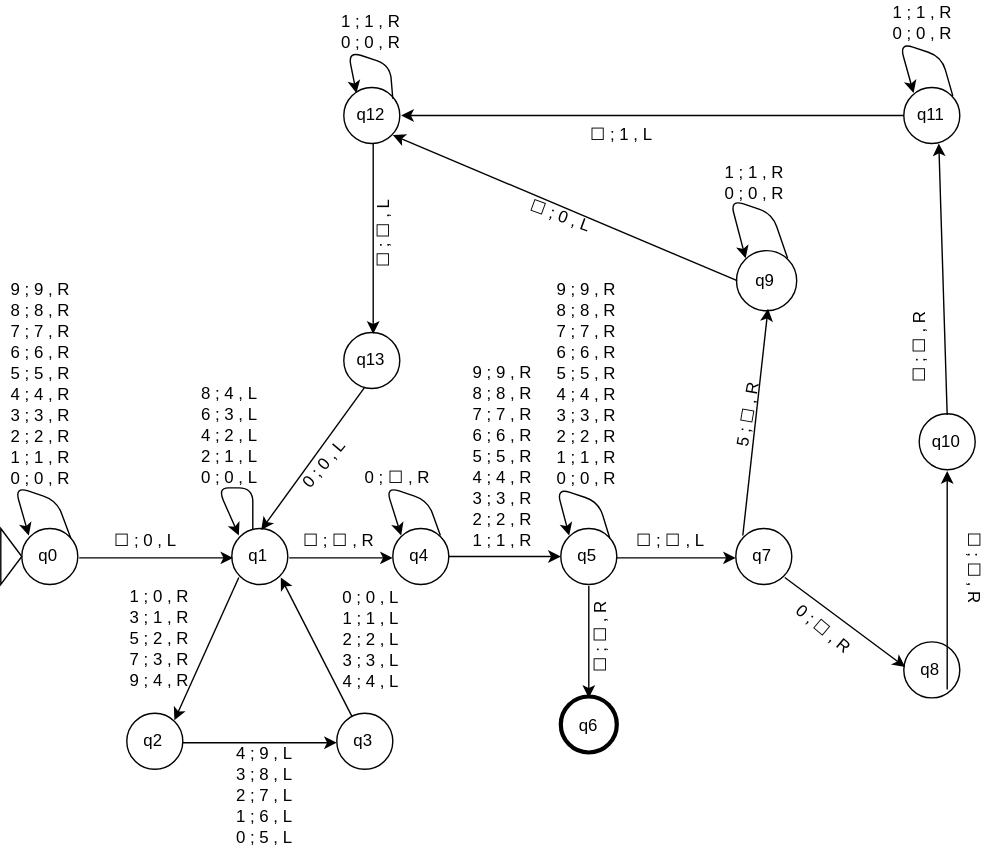
oscarr1605/MT_DecBin keeps this draw.io diagram as MT_DecBin.svg. Above is the earlier version. Source tidied: cells renumbered, new cells last; positions are measured from the earlier drawing's top-left corner, leaving out a move shared by most shapes.
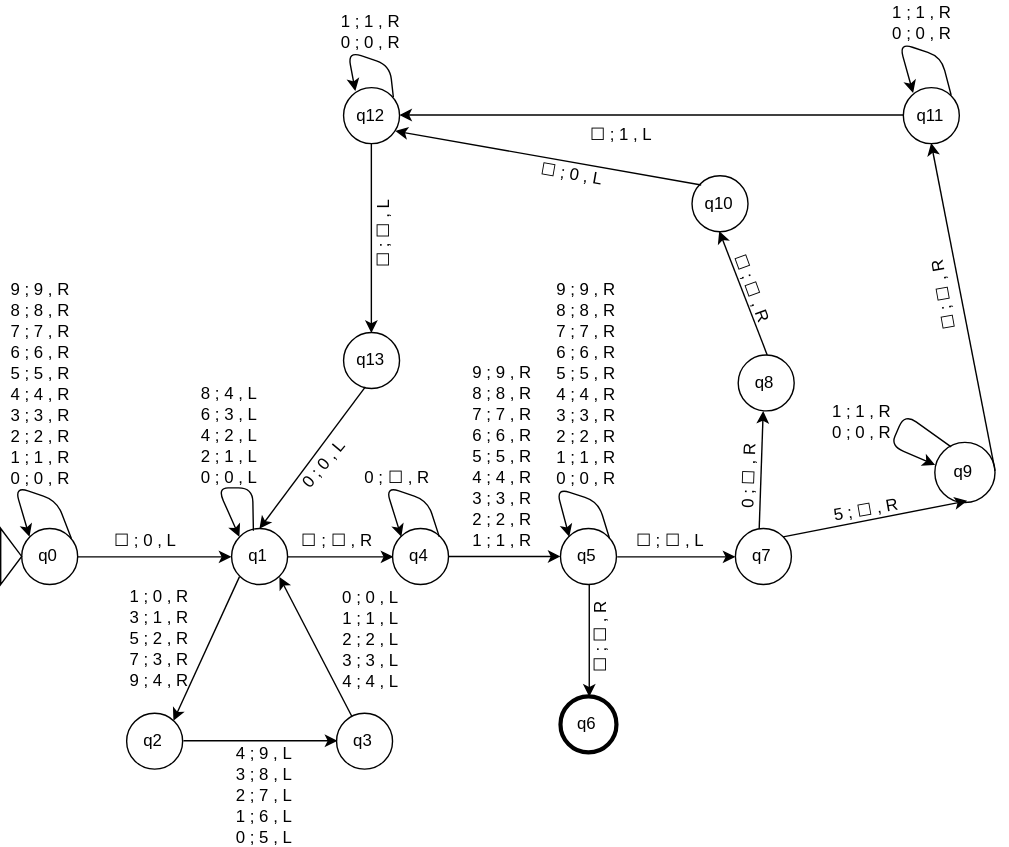
Above is the later version.

Commit message:
fix diagram and transitions

Change to the diagram source:
```diff
@@ -71,7 +71,7 @@
       <mxGeometry y="377" width="15" height="40" as="geometry" />
     </mxCell>
     <mxCell id="21" value="q10" style="ellipse;whiteSpace=wrap;html=1;" parent="1" vertex="1">
-      <mxGeometry x="656" y="295" width="40" height="40" as="geometry" />
+      <mxGeometry x="494" y="125" width="40" height="40" as="geometry" />
     </mxCell>
     <mxCell id="22" style="edgeStyle=orthogonalEdgeStyle;rounded=0;html=1;exitX=0;exitY=0.5;entryX=1;entryY=0.5;jettySize=auto;" parent="1" edge="1" source="23" target="27">
       <mxGeometry relative="1" as="geometry" />
@@ -92,12 +92,12 @@
       <mxGeometry x="245" y="62" width="40" height="40" as="geometry" />
     </mxCell>
     <mxCell id="28" value="q8" style="ellipse;whiteSpace=wrap;html=1;" parent="1" vertex="1">
-      <mxGeometry x="645" y="458" width="40" height="40" as="geometry" />
+      <mxGeometry x="527" y="253" width="40" height="40" as="geometry" />
     </mxCell>
     <mxCell id="29" value="q9" style="ellipse;whiteSpace=wrap;html=1;" parent="1" vertex="1">
-      <mxGeometry x="525" y="178" width="43" height="43" as="geometry" />
+      <mxGeometry x="667" y="315" width="43" height="43" as="geometry" />
     </mxCell>
-    <mxCell id="30" style="endArrow=classic;html=1;entryX=1;entryY=1;exitX=0;exitY=0.5;" parent="1" edge="1" source="29" target="27">
+    <mxCell id="30" style="endArrow=classic;html=1;entryX=0.5;entryY=1;exitX=1;exitY=0.5;" parent="1" edge="1" source="29" target="23">
       <mxGeometry relative="1" as="geometry" />
     </mxCell>
     <mxCell id="31" value="0 ; 0 , R" style="text;html=1;strokeColor=none;fillColor=none;align=center;verticalAlign=middle;whiteSpace=wrap;rounded=0;" parent="1" vertex="1">
@@ -233,28 +233,20 @@
     <mxCell id="71" value="☐&amp;nbsp;;&amp;nbsp;&lt;span&gt;☐&lt;/span&gt;&amp;nbsp;, L" style="text;html=1;strokeColor=none;fillColor=none;align=center;verticalAlign=middle;whiteSpace=wrap;rounded=0;" parent="1" vertex="1">
       <mxGeometry x="450" y="377" width="55" height="15" as="geometry" />
     </mxCell>
-    <mxCell id="72" value="5 ;&amp;nbsp;&lt;span&gt;☐&lt;/span&gt;&amp;nbsp;, R" style="text;html=1;strokeColor=none;fillColor=none;align=center;verticalAlign=middle;whiteSpace=wrap;rounded=0;rotation=-80;" parent="1" vertex="1">
-      <mxGeometry x="505" y="288" width="55" height="15" as="geometry" />
+    <mxCell id="72" value="5 ;&amp;nbsp;&lt;span&gt;☐&lt;/span&gt;&amp;nbsp;, R" style="text;html=1;strokeColor=none;fillColor=none;align=center;verticalAlign=middle;whiteSpace=wrap;rounded=0;rotation=-10;" parent="1" vertex="1">
+      <mxGeometry x="590" y="355" width="55" height="15" as="geometry" />
     </mxCell>
-    <mxCell id="73" value="0 ;&amp;nbsp;&lt;span&gt;☐&lt;/span&gt;&amp;nbsp;, R" style="text;html=1;strokeColor=none;fillColor=none;align=center;verticalAlign=middle;whiteSpace=wrap;rounded=0;rotation=40;" parent="1" vertex="1">
-      <mxGeometry x="560.3" y="440" width="55" height="15" as="geometry" />
+    <mxCell id="73" value="0 ;&amp;nbsp;&lt;span&gt;☐&lt;/span&gt;&amp;nbsp;, R" style="text;html=1;strokeColor=none;fillColor=none;align=center;verticalAlign=middle;whiteSpace=wrap;rounded=0;rotation=-88;" parent="1" vertex="1">
+      <mxGeometry x="506.3" y="332" width="55" height="15" as="geometry" />
     </mxCell>
-    <mxCell id="74" value="☐&amp;nbsp;;&amp;nbsp;&lt;span&gt;☐&lt;/span&gt;&amp;nbsp;, R" style="text;html=1;strokeColor=none;fillColor=none;align=center;verticalAlign=middle;whiteSpace=wrap;rounded=0;rotation=90;" parent="1" vertex="1">
-      <mxGeometry x="668" y="400" width="55" height="9" as="geometry" />
+    <mxCell id="74" value="☐&amp;nbsp;;&amp;nbsp;&lt;span&gt;☐&lt;/span&gt;&amp;nbsp;, R" style="text;html=1;strokeColor=none;fillColor=none;align=center;verticalAlign=middle;whiteSpace=wrap;rounded=0;rotation=70;" parent="1" vertex="1">
+      <mxGeometry x="510" y="201" width="55" height="9" as="geometry" />
     </mxCell>
-    <mxCell id="75" style="endArrow=classic;html=1;entryX=0;entryY=0;exitX=1;exitY=0;" parent="1" edge="1" source="29" target="29">
-      <mxGeometry relative="1" as="geometry">
-        <Array as="points">
-          <mxPoint x="551" y="152" />
-          <mxPoint x="521" y="142" />
-        </Array>
-      </mxGeometry>
-    </mxCell>
     <mxCell id="76" value="0 ; 0 , R" style="text;html=1;strokeColor=none;fillColor=none;align=center;verticalAlign=middle;whiteSpace=wrap;rounded=0;" parent="1" vertex="1">
-      <mxGeometry x="515" y="129" width="45" height="15" as="geometry" />
+      <mxGeometry x="593" y="300" width="45" height="15" as="geometry" />
     </mxCell>
     <mxCell id="77" value="1 ; 1 , R" style="text;html=1;strokeColor=none;fillColor=none;align=center;verticalAlign=middle;whiteSpace=wrap;rounded=0;" parent="1" vertex="1">
-      <mxGeometry x="515" y="114" width="45" height="15" as="geometry" />
+      <mxGeometry x="593" y="285" width="45" height="15" as="geometry" />
     </mxCell>
     <mxCell id="78" value="&lt;span&gt;☐&lt;/span&gt;&amp;nbsp;; 1 , L" style="text;html=1;strokeColor=none;fillColor=none;align=center;verticalAlign=middle;whiteSpace=wrap;rounded=0;" parent="1" vertex="1">
       <mxGeometry x="415" y="87" width="55" height="15" as="geometry" />
@@ -287,14 +279,14 @@
     <mxCell id="84" value="1 ; 1 , R" style="text;html=1;strokeColor=none;fillColor=none;align=center;verticalAlign=middle;whiteSpace=wrap;rounded=0;" parent="1" vertex="1">
       <mxGeometry x="241" y="6" width="45" height="15" as="geometry" />
     </mxCell>
-    <mxCell id="85" value="&lt;span&gt;☐&lt;/span&gt;&amp;nbsp;; 0 , L" style="text;html=1;strokeColor=none;fillColor=none;align=center;verticalAlign=middle;whiteSpace=wrap;rounded=0;rotation=20;" parent="1" vertex="1">
-      <mxGeometry x="372" y="145" width="55" height="15" as="geometry" />
+    <mxCell id="85" value="&lt;span&gt;☐&lt;/span&gt;&amp;nbsp;; 0 , L" style="text;html=1;strokeColor=none;fillColor=none;align=center;verticalAlign=middle;whiteSpace=wrap;rounded=0;rotation=10;" parent="1" vertex="1">
+      <mxGeometry x="380" y="116" width="55" height="15" as="geometry" />
     </mxCell>
     <mxCell id="86" value="☐&amp;nbsp;;&amp;nbsp;&lt;span&gt;☐&lt;/span&gt;&amp;nbsp;, L" style="text;html=1;strokeColor=none;fillColor=none;align=center;verticalAlign=middle;whiteSpace=wrap;rounded=0;rotation=-90;" parent="1" vertex="1">
       <mxGeometry x="245" y="159" width="55" height="15" as="geometry" />
     </mxCell>
-    <mxCell id="87" value="☐&amp;nbsp;;&amp;nbsp;&lt;span&gt;☐&lt;/span&gt;&amp;nbsp;, R" style="text;html=1;strokeColor=none;fillColor=none;align=center;verticalAlign=middle;whiteSpace=wrap;rounded=0;rotation=-90;" parent="1" vertex="1">
-      <mxGeometry x="628.3" y="240" width="55" height="15" as="geometry" />
+    <mxCell id="87" value="☐&amp;nbsp;;&amp;nbsp;&lt;span&gt;☐&lt;/span&gt;&amp;nbsp;, R" style="text;html=1;strokeColor=none;fillColor=none;align=center;verticalAlign=middle;whiteSpace=wrap;rounded=0;rotation=-100;" parent="1" vertex="1">
+      <mxGeometry x="645.3" y="203" width="55" height="15" as="geometry" />
     </mxCell>
     <mxCell id="88" value="0 ; 5 , L" style="text;html=1;strokeColor=none;fillColor=none;align=center;verticalAlign=middle;whiteSpace=wrap;rounded=0;" parent="1" vertex="1">
       <mxGeometry x="165" y="589" width="45" height="15" as="geometry" />
@@ -344,19 +336,25 @@
     <mxCell id="103" value="☐&amp;nbsp;;&amp;nbsp;&lt;span&gt;☐&lt;/span&gt;&amp;nbsp;, R" style="text;html=1;strokeColor=none;fillColor=none;align=center;verticalAlign=middle;whiteSpace=wrap;rounded=0;rotation=-90;" parent="1" vertex="1">
       <mxGeometry x="400" y="447" width="55" height="15" as="geometry" />
     </mxCell>
-    <mxCell id="104" style="endArrow=classic;html=1;entryX=0.5;entryY=1;exitX=0.775;exitY=0.825;exitPerimeter=0;" parent="1" edge="1" source="28" target="21">
+    <mxCell id="104" style="endArrow=classic;html=1;entryX=0.5;entryY=1;exitX=0.5;exitY=0;" parent="1" edge="1" source="28" target="21">
       <mxGeometry relative="1" as="geometry" />
     </mxCell>
-    <mxCell id="105" style="endArrow=classic;html=1;exitX=1;exitY=1;" parent="1" edge="1" source="18">
-      <mxGeometry relative="1" as="geometry">
-        <mxPoint x="646" y="476" as="targetPoint" />
-      </mxGeometry>
+    <mxCell id="105" style="endArrow=classic;html=1;exitX=0.43;exitY=0.003;exitPerimeter=0;entryX=0.448;entryY=1.008;entryPerimeter=0;" parent="1" edge="1" source="18" target="28">
+      <mxGeometry relative="1" as="geometry" />
     </mxCell>
-    <mxCell id="106" style="endArrow=classic;html=1;entryX=0.552;entryY=0.98;exitX=0;exitY=0;entryPerimeter=0;" parent="1" edge="1" source="18" target="29">
+    <mxCell id="106" style="endArrow=classic;html=1;entryX=0.552;entryY=0.98;exitX=1;exitY=0;entryPerimeter=0;" parent="1" edge="1" source="18" target="29">
       <mxGeometry relative="1" as="geometry" />
     </mxCell>
-    <mxCell id="107" style="endArrow=classic;html=1;exitX=0.5;exitY=0;entryX=0.629;entryY=0.984;entryPerimeter=0;" parent="1" edge="1" source="21" target="23">
-      <mxGeometry relative="1" as="geometry" />
-    </mxCell>
+    <mxCell id="75" style="endArrow=classic;html=1;exitX=0.278;exitY=0.084;entryX=0.016;entryY=0.401;entryPerimeter=0;exitPerimeter=0;" parent="1" edge="1" source="29" target="29">
+      <mxGeometry relative="1" as="geometry">
+        <Array as="points">
+          <mxPoint x="646" y="295" />
+          <mxPoint x="636" y="318" />
+        </Array>
+      </mxGeometry>
+    </mxCell>
+    <mxCell id="108" style="endArrow=classic;html=1;entryX=0.917;entryY=0.787;entryPerimeter=0;exitX=0;exitY=0;" parent="1" edge="1" source="21" target="27">
+      <mxGeometry relative="1" as="geometry" />
+    </mxCell>
   </root>
 </mxGraphModel>
```
